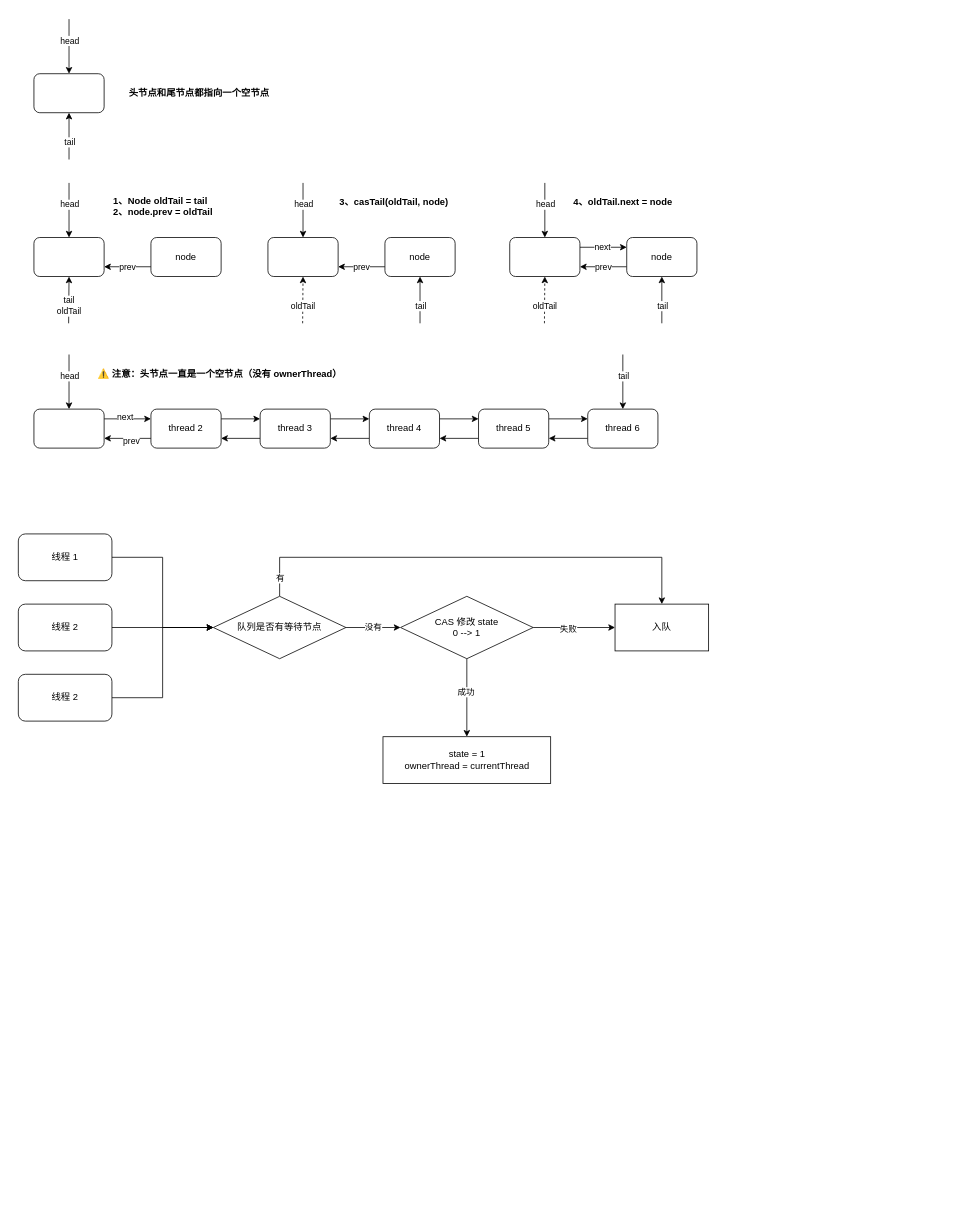
thebesteric/draw.io keeps this draw.io diagram as juc/ReentrantLock.drawio. Above is the earlier version. Source tidied: cells renumbered, new cells numbered last; positions are measured from the earlier drawing's top-left corner, leaving out a move shared by most shapes. Both pictures are drawn from the tidied source at 78%, with x=0, y=0 at pixel (18, 19).
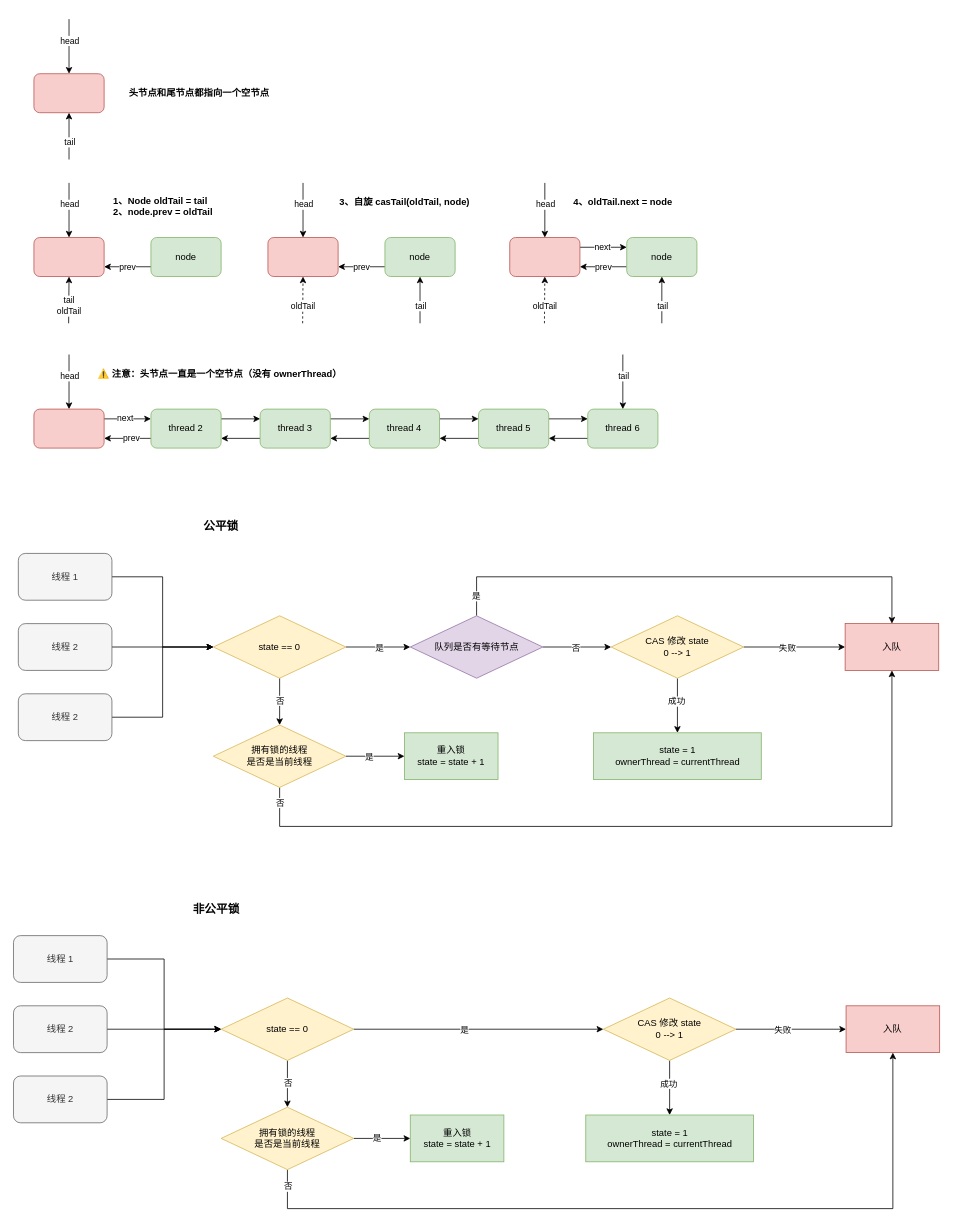
After the change.

The change refers to these unchanged cells:
```xml
<mxCell id="19" style="edgeStyle=orthogonalEdgeStyle;rounded=0;jettySize=auto;html=1;exitX=1;exitY=0.25;exitDx=0;exitDy=0;entryX=0;entryY=0.25;entryDx=0;entryDy=0;" parent="1" edge="1" source="21" target="28">
  <mxGeometry relative="1" as="geometry" />
</mxCell>
<mxCell id="25" style="edgeStyle=orthogonalEdgeStyle;rounded=0;jettySize=auto;html=1;exitX=0;exitY=0.75;exitDx=0;exitDy=0;entryX=1;entryY=0.75;entryDx=0;entryDy=0;" parent="1" edge="1" source="28" target="21">
  <mxGeometry relative="1" as="geometry" />
</mxCell>
```

What changed in the source:
```diff
@@
-    <mxCell id="2" style="edgeStyle=orthogonalEdgeStyle;rounded=0;jettySize=auto;html=1;exitX=1;exitY=0.5;exitDx=0;exitDy=0;entryX=0;entryY=0.5;entryDx=0;entryDy=0;" parent="1" edge="1" source="3" target="11">
-      <mxGeometry relative="1" as="geometry" />
-    </mxCell>
+    <mxCell id="78" style="edgeStyle=orthogonalEdgeStyle;rounded=0;jettySize=auto;html=1;exitX=1;exitY=0.5;exitDx=0;exitDy=0;entryX=0;entryY=0.5;entryDx=0;entryDy=0;" parent="1" edge="1" source="3" target="87">
+      <mxGeometry relative="1" as="geometry" />
+    </mxCell>
-    <mxCell id="3" value="线程 1" style="rounded=1;whiteSpace=wrap;html=1;" parent="1" vertex="1">
-      <mxGeometry y="660" width="120" height="60" as="geometry" />
+    <mxCell id="3" value="线程 1" style="rounded=1;whiteSpace=wrap;html=1;fillColor=#f5f5f5;fontColor=#333333;strokeColor=#666666;" parent="1" vertex="1">
+      <mxGeometry y="685" width="120" height="60" as="geometry" />
     </mxCell>
-    <mxCell id="4" style="edgeStyle=orthogonalEdgeStyle;rounded=0;jettySize=auto;html=1;exitX=1;exitY=0.5;exitDx=0;exitDy=0;" parent="1" edge="1" source="5">
-      <mxGeometry relative="1" as="geometry">
-        <mxPoint x="250" y="780" as="targetPoint" />
-      </mxGeometry>
-    </mxCell>
+    <mxCell id="79" style="edgeStyle=orthogonalEdgeStyle;rounded=0;jettySize=auto;html=1;exitX=1;exitY=0.5;exitDx=0;exitDy=0;entryX=0;entryY=0.5;entryDx=0;entryDy=0;" parent="1" edge="1" source="5" target="87">
+      <mxGeometry relative="1" as="geometry" />
+    </mxCell>
-    <mxCell id="5" value="线程 2" style="rounded=1;whiteSpace=wrap;html=1;" parent="1" vertex="1">
-      <mxGeometry y="750" width="120" height="60" as="geometry" />
+    <mxCell id="5" value="线程 2" style="rounded=1;whiteSpace=wrap;html=1;fillColor=#f5f5f5;fontColor=#333333;strokeColor=#666666;" parent="1" vertex="1">
+      <mxGeometry y="775" width="120" height="60" as="geometry" />
     </mxCell>
-    <mxCell id="6" style="edgeStyle=orthogonalEdgeStyle;rounded=0;jettySize=auto;html=1;exitX=1;exitY=0.5;exitDx=0;exitDy=0;entryX=0;entryY=0.5;entryDx=0;entryDy=0;" parent="1" edge="1" source="7" target="11">
-      <mxGeometry relative="1" as="geometry" />
-    </mxCell>
+    <mxCell id="80" style="edgeStyle=orthogonalEdgeStyle;rounded=0;jettySize=auto;html=1;exitX=1;exitY=0.5;exitDx=0;exitDy=0;entryX=0;entryY=0.5;entryDx=0;entryDy=0;" parent="1" edge="1" source="7" target="87">
+      <mxGeometry relative="1" as="geometry" />
+    </mxCell>
-    <mxCell id="7" value="线程 2" style="rounded=1;whiteSpace=wrap;html=1;" parent="1" vertex="1">
-      <mxGeometry y="840" width="120" height="60" as="geometry" />
+    <mxCell id="7" value="线程 2" style="rounded=1;whiteSpace=wrap;html=1;fillColor=#f5f5f5;fontColor=#333333;strokeColor=#666666;" parent="1" vertex="1">
+      <mxGeometry y="865" width="120" height="60" as="geometry" />
     </mxCell>
-    <mxCell id="8" value="没有" style="edgeStyle=orthogonalEdgeStyle;rounded=0;jettySize=auto;html=1;exitX=1;exitY=0.5;exitDx=0;exitDy=0;" parent="1" edge="1" source="11" target="16">
+    <mxCell id="8" style="edgeStyle=orthogonalEdgeStyle;rounded=0;jettySize=auto;html=1;exitX=1;exitY=0.5;exitDx=0;exitDy=0;entryX=0;entryY=0.5;entryDx=0;entryDy=0;" parent="1" edge="1" source="11" target="16">
       <mxGeometry relative="1" as="geometry" />
     </mxCell>
+    <mxCell id="81" value="否" style="edgeLabel;html=1;align=center;verticalAlign=middle;" parent="8" vertex="1">
+      <mxGeometry x="-0.03" relative="1" as="geometry" />
+    </mxCell>
     <mxCell id="9" style="edgeStyle=orthogonalEdgeStyle;rounded=0;jettySize=auto;html=1;exitX=0.5;exitY=0;exitDx=0;exitDy=0;entryX=0.5;entryY=0;entryDx=0;entryDy=0;" parent="1" edge="1" source="11" target="18">
       <mxGeometry relative="1" as="geometry">
         <Array as="points">
-          <mxPoint x="335" y="690" />
-          <mxPoint x="825" y="690" />
+          <mxPoint x="588" y="715" />
+          <mxPoint x="1120" y="715" />
         </Array>
       </mxGeometry>
     </mxCell>
-    <mxCell id="10" value="有" style="edgeLabel;html=1;align=center;verticalAlign=middle;" parent="9" vertex="1">
-      <mxGeometry x="-0.92" relative="1" as="geometry" />
-    </mxCell>
+    <mxCell id="82" value="是" style="edgeLabel;html=1;align=center;verticalAlign=middle;" parent="9" vertex="1">
+      <mxGeometry x="-0.92" y="1" relative="1" as="geometry" />
+    </mxCell>
-    <mxCell id="11" value="队列是否有等待节点" style="rhombus;whiteSpace=wrap;html=1;" parent="1" vertex="1">
-      <mxGeometry x="250" y="740" width="170" height="80" as="geometry" />
+    <mxCell id="11" value="队列是否有等待节点" style="rhombus;whiteSpace=wrap;html=1;fillColor=#e1d5e7;strokeColor=#9673a6;" parent="1" vertex="1">
+      <mxGeometry x="502.5" y="765" width="170" height="80" as="geometry" />
     </mxCell>
@@
-    <mxCell id="16" value="CAS 修改 state&lt;br&gt;0 --&amp;gt; 1" style="rhombus;whiteSpace=wrap;html=1;" parent="1" vertex="1">
-      <mxGeometry x="490" y="740" width="170" height="80" as="geometry" />
+    <mxCell id="16" value="CAS 修改 state&lt;br&gt;0 --&amp;gt; 1" style="rhombus;whiteSpace=wrap;html=1;fillColor=#fff2cc;strokeColor=#d6b656;" parent="1" vertex="1">
+      <mxGeometry x="760" y="765" width="170" height="80" as="geometry" />
     </mxCell>
-    <mxCell id="17" value="state = 1&lt;br&gt;ownerThread = currentThread" style="whiteSpace=wrap;html=1;" parent="1" vertex="1">
-      <mxGeometry x="467.5" y="920" width="215" height="60" as="geometry" />
+    <mxCell id="17" value="state = 1&lt;br&gt;ownerThread = currentThread" style="whiteSpace=wrap;html=1;fillColor=#d5e8d4;strokeColor=#82b366;" parent="1" vertex="1">
+      <mxGeometry x="737.5" y="915" width="215" height="60" as="geometry" />
     </mxCell>
-    <mxCell id="18" value="入队" style="whiteSpace=wrap;html=1;" parent="1" vertex="1">
-      <mxGeometry x="765" y="750" width="120" height="60" as="geometry" />
+    <mxCell id="18" value="入队" style="whiteSpace=wrap;html=1;fillColor=#f8cecc;strokeColor=#b85450;" parent="1" vertex="1">
+      <mxGeometry x="1060" y="775" width="120" height="60" as="geometry" />
     </mxCell>
@@
     <mxCell id="20" value="next" style="edgeLabel;html=1;align=center;verticalAlign=middle;" parent="19" vertex="1">
       <mxGeometry x="-0.15" y="4" relative="1" as="geometry">
-        <mxPoint y="1" as="offset" />
+        <mxPoint y="3" as="offset" />
       </mxGeometry>
     </mxCell>
-    <mxCell id="21" style="rounded=1;whiteSpace=wrap;html=1;" parent="1" vertex="1">
+    <mxCell id="21" style="rounded=1;whiteSpace=wrap;html=1;fillColor=#f8cecc;strokeColor=#b85450;" parent="1" vertex="1">
       <mxGeometry x="20" y="500" width="90" height="50" as="geometry" />
     </mxCell>
@@
-    <mxCell id="24" value="thread 3" style="rounded=1;whiteSpace=wrap;html=1;" parent="1" vertex="1">
+    <mxCell id="24" value="thread 3" style="rounded=1;whiteSpace=wrap;html=1;fillColor=#d5e8d4;strokeColor=#82b366;" parent="1" vertex="1">
       <mxGeometry x="310" y="500" width="90" height="50" as="geometry" />
     </mxCell>
@@
     <mxCell id="26" value="prev" style="edgeLabel;html=1;align=center;verticalAlign=middle;" parent="25" vertex="1">
-      <mxGeometry x="-0.15" y="3" relative="1" as="geometry" />
+      <mxGeometry x="-0.15" y="3" relative="1" as="geometry">
+        <mxPoint y="-3" as="offset" />
+      </mxGeometry>
     </mxCell>
@@
-    <mxCell id="28" value="thread 2" style="rounded=1;whiteSpace=wrap;html=1;" parent="1" vertex="1">
+    <mxCell id="28" value="thread 2" style="rounded=1;whiteSpace=wrap;html=1;fillColor=#d5e8d4;strokeColor=#82b366;" parent="1" vertex="1">
       <mxGeometry x="170" y="500" width="90" height="50" as="geometry" />
     </mxCell>
@@
-    <mxCell id="31" value="thread 4" style="rounded=1;whiteSpace=wrap;html=1;" parent="1" vertex="1">
+    <mxCell id="31" value="thread 4" style="rounded=1;whiteSpace=wrap;html=1;fillColor=#d5e8d4;strokeColor=#82b366;" parent="1" vertex="1">
       <mxGeometry x="450" y="500" width="90" height="50" as="geometry" />
     </mxCell>
@@
-    <mxCell id="33" value="thread 6" style="rounded=1;whiteSpace=wrap;html=1;" parent="1" vertex="1">
+    <mxCell id="33" value="thread 6" style="rounded=1;whiteSpace=wrap;html=1;fillColor=#d5e8d4;strokeColor=#82b366;" parent="1" vertex="1">
       <mxGeometry x="730" y="500" width="90" height="50" as="geometry" />
     </mxCell>
@@
-    <mxCell id="36" value="thread 5" style="rounded=1;whiteSpace=wrap;html=1;" parent="1" vertex="1">
+    <mxCell id="36" value="thread 5" style="rounded=1;whiteSpace=wrap;html=1;fillColor=#d5e8d4;strokeColor=#82b366;" parent="1" vertex="1">
       <mxGeometry x="590" y="500" width="90" height="50" as="geometry" />
     </mxCell>
@@
-    <mxCell id="41" style="rounded=1;whiteSpace=wrap;html=1;" parent="1" vertex="1">
+    <mxCell id="41" style="rounded=1;whiteSpace=wrap;html=1;fillColor=#f8cecc;strokeColor=#b85450;" parent="1" vertex="1">
       <mxGeometry x="20" y="70" width="90" height="50" as="geometry" />
     </mxCell>
@@
-    <mxCell id="46" style="rounded=1;whiteSpace=wrap;html=1;" parent="1" vertex="1">
+    <mxCell id="46" style="rounded=1;whiteSpace=wrap;html=1;fillColor=#f8cecc;strokeColor=#b85450;" parent="1" vertex="1">
       <mxGeometry x="20" y="280" width="90" height="50" as="geometry" />
     </mxCell>
@@
-    <mxCell id="50" value="node" style="rounded=1;whiteSpace=wrap;html=1;" parent="1" vertex="1">
+    <mxCell id="50" value="node" style="rounded=1;whiteSpace=wrap;html=1;fillColor=#d5e8d4;strokeColor=#82b366;" parent="1" vertex="1">
       <mxGeometry x="170" y="280" width="90" height="50" as="geometry" />
     </mxCell>
@@
-    <mxCell id="54" style="rounded=1;whiteSpace=wrap;html=1;" parent="1" vertex="1">
+    <mxCell id="54" style="rounded=1;whiteSpace=wrap;html=1;fillColor=#f8cecc;strokeColor=#b85450;" parent="1" vertex="1">
       <mxGeometry x="320" y="280" width="90" height="50" as="geometry" />
     </mxCell>
@@
-    <mxCell id="58" value="node" style="rounded=1;whiteSpace=wrap;html=1;" parent="1" vertex="1">
+    <mxCell id="58" value="node" style="rounded=1;whiteSpace=wrap;html=1;fillColor=#d5e8d4;strokeColor=#82b366;" parent="1" vertex="1">
       <mxGeometry x="470" y="280" width="90" height="50" as="geometry" />
     </mxCell>
@@
-    <mxCell id="61" value="3、casTail(oldTail, node)" style="text;html=1;strokeColor=none;fillColor=none;align=left;verticalAlign=middle;whiteSpace=wrap;rounded=0;fontStyle=1;" parent="1" vertex="1">
-      <mxGeometry x="410" y="220" width="160" height="30" as="geometry" />
+    <mxCell id="61" value="3、自旋 casTail(oldTail, node)" style="text;html=1;strokeColor=none;fillColor=none;align=left;verticalAlign=middle;whiteSpace=wrap;rounded=0;fontStyle=1;" parent="1" vertex="1">
+      <mxGeometry x="410" y="220" width="190" height="30" as="geometry" />
     </mxCell>
@@
-    <mxCell id="64" style="rounded=1;whiteSpace=wrap;html=1;" parent="1" vertex="1">
+    <mxCell id="64" style="rounded=1;whiteSpace=wrap;html=1;fillColor=#f8cecc;strokeColor=#b85450;" parent="1" vertex="1">
       <mxGeometry x="630" y="280" width="90" height="50" as="geometry" />
     </mxCell>
@@
-    <mxCell id="68" value="node" style="rounded=1;whiteSpace=wrap;html=1;" parent="1" vertex="1">
+    <mxCell id="68" value="node" style="rounded=1;whiteSpace=wrap;html=1;fillColor=#d5e8d4;strokeColor=#82b366;" parent="1" vertex="1">
       <mxGeometry x="780" y="280" width="90" height="50" as="geometry" />
     </mxCell>
@@
+    <mxCell id="83" style="edgeStyle=orthogonalEdgeStyle;rounded=0;jettySize=auto;html=1;exitX=1;exitY=0.5;exitDx=0;exitDy=0;entryX=0;entryY=0.5;entryDx=0;entryDy=0;" parent="1" edge="1" source="87" target="11">
+      <mxGeometry relative="1" as="geometry" />
+    </mxCell>
+    <mxCell id="84" value="是" style="edgeLabel;html=1;align=center;verticalAlign=middle;" parent="83" vertex="1">
+      <mxGeometry x="-0.17" y="-3" relative="1" as="geometry">
+        <mxPoint x="8" y="-3" as="offset" />
+      </mxGeometry>
+    </mxCell>
+    <mxCell id="85" style="edgeStyle=orthogonalEdgeStyle;rounded=0;jettySize=auto;html=1;" parent="1" edge="1" source="87" target="92">
+      <mxGeometry relative="1" as="geometry" />
+    </mxCell>
+    <mxCell id="86" value="否" style="edgeLabel;html=1;align=center;verticalAlign=middle;" parent="85" vertex="1">
+      <mxGeometry x="-0.08" relative="1" as="geometry" />
+    </mxCell>
+    <mxCell id="87" value="state == 0" style="rhombus;whiteSpace=wrap;html=1;fillColor=#fff2cc;strokeColor=#d6b656;" parent="1" vertex="1">
+      <mxGeometry x="250" y="765" width="170" height="80" as="geometry" />
+    </mxCell>
+    <mxCell id="88" style="edgeStyle=orthogonalEdgeStyle;rounded=0;jettySize=auto;html=1;exitX=0.5;exitY=1;exitDx=0;exitDy=0;entryX=0.5;entryY=1;entryDx=0;entryDy=0;" parent="1" edge="1" source="92" target="18">
+      <mxGeometry relative="1" as="geometry">
+        <Array as="points">
+          <mxPoint x="335" y="1035" />
+          <mxPoint x="1120" y="1035" />
+        </Array>
+      </mxGeometry>
+    </mxCell>
+    <mxCell id="89" value="否" style="edgeLabel;html=1;align=center;verticalAlign=middle;" parent="88" vertex="1">
+      <mxGeometry x="-0.94" relative="1" as="geometry">
+        <mxPoint y="-12" as="offset" />
+      </mxGeometry>
+    </mxCell>
+    <mxCell id="90" style="edgeStyle=orthogonalEdgeStyle;rounded=0;jettySize=auto;html=1;exitX=1;exitY=0.5;exitDx=0;exitDy=0;entryX=0;entryY=0.5;entryDx=0;entryDy=0;" parent="1" edge="1" source="92" target="93">
+      <mxGeometry relative="1" as="geometry" />
+    </mxCell>
+    <mxCell id="91" value="是" style="edgeLabel;html=1;align=center;verticalAlign=middle;" parent="90" vertex="1">
+      <mxGeometry x="-0.23" relative="1" as="geometry" />
+    </mxCell>
+    <mxCell id="92" value="拥有锁的线程&lt;br&gt;是否是当前线程" style="rhombus;whiteSpace=wrap;html=1;fillColor=#fff2cc;strokeColor=#d6b656;" parent="1" vertex="1">
+      <mxGeometry x="250" y="905" width="170" height="80" as="geometry" />
+    </mxCell>
+    <mxCell id="93" value="重入锁&lt;br&gt;state = state + 1" style="whiteSpace=wrap;html=1;fillColor=#d5e8d4;strokeColor=#82b366;shadow=0;" parent="1" vertex="1">
+      <mxGeometry x="495" y="915" width="120" height="60" as="geometry" />
+    </mxCell>
+    <mxCell id="94" value="公平锁" style="text;html=1;strokeColor=none;fillColor=none;align=center;verticalAlign=middle;whiteSpace=wrap;rounded=0;fontStyle=1;fontSize=15;" parent="1" vertex="1">
+      <mxGeometry x="220" y="635" width="80" height="30" as="geometry" />
+    </mxCell>
+    <mxCell id="95" style="edgeStyle=orthogonalEdgeStyle;rounded=0;jettySize=auto;html=1;exitX=1;exitY=0.5;exitDx=0;exitDy=0;entryX=0;entryY=0.5;entryDx=0;entryDy=0;" parent="1" edge="1" source="96" target="112">
+      <mxGeometry relative="1" as="geometry" />
+    </mxCell>
+    <mxCell id="96" value="线程 1" style="rounded=1;whiteSpace=wrap;html=1;fillColor=#f5f5f5;fontColor=#333333;strokeColor=#666666;" parent="1" vertex="1">
+      <mxGeometry x="-6.2" y="1175" width="120" height="60" as="geometry" />
+    </mxCell>
+    <mxCell id="97" style="edgeStyle=orthogonalEdgeStyle;rounded=0;jettySize=auto;html=1;exitX=1;exitY=0.5;exitDx=0;exitDy=0;entryX=0;entryY=0.5;entryDx=0;entryDy=0;" parent="1" edge="1" source="98" target="112">
+      <mxGeometry relative="1" as="geometry" />
+    </mxCell>
+    <mxCell id="98" value="线程 2" style="rounded=1;whiteSpace=wrap;html=1;fillColor=#f5f5f5;fontColor=#333333;strokeColor=#666666;" parent="1" vertex="1">
+      <mxGeometry x="-6.2" y="1265" width="120" height="60" as="geometry" />
+    </mxCell>
+    <mxCell id="99" style="edgeStyle=orthogonalEdgeStyle;rounded=0;jettySize=auto;html=1;exitX=1;exitY=0.5;exitDx=0;exitDy=0;entryX=0;entryY=0.5;entryDx=0;entryDy=0;" parent="1" edge="1" source="100" target="112">
+      <mxGeometry relative="1" as="geometry" />
+    </mxCell>
+    <mxCell id="100" value="线程 2" style="rounded=1;whiteSpace=wrap;html=1;fillColor=#f5f5f5;fontColor=#333333;strokeColor=#666666;" parent="1" vertex="1">
+      <mxGeometry x="-6.2" y="1355" width="120" height="60" as="geometry" />
+    </mxCell>
+    <mxCell id="101" style="edgeStyle=orthogonalEdgeStyle;rounded=0;jettySize=auto;html=1;" parent="1" edge="1" source="105" target="106">
+      <mxGeometry relative="1" as="geometry" />
+    </mxCell>
+    <mxCell id="102" value="成功" style="edgeLabel;html=1;align=center;verticalAlign=middle;" parent="101" vertex="1">
+      <mxGeometry x="-0.16" y="-2" relative="1" as="geometry" />
+    </mxCell>
+    <mxCell id="103" style="edgeStyle=orthogonalEdgeStyle;rounded=0;jettySize=auto;html=1;" parent="1" edge="1" source="105" target="107">
+      <mxGeometry relative="1" as="geometry" />
+    </mxCell>
+    <mxCell id="104" value="失败" style="edgeLabel;html=1;align=center;verticalAlign=middle;" parent="103" vertex="1">
+      <mxGeometry x="-0.16" y="-1" relative="1" as="geometry" />
+    </mxCell>
+    <mxCell id="105" value="CAS 修改 state&lt;br&gt;0 --&amp;gt; 1" style="rhombus;whiteSpace=wrap;html=1;fillColor=#fff2cc;strokeColor=#d6b656;" parent="1" vertex="1">
+      <mxGeometry x="750" y="1255" width="170" height="80" as="geometry" />
+    </mxCell>
+    <mxCell id="106" value="state = 1&lt;br&gt;ownerThread = currentThread" style="whiteSpace=wrap;html=1;fillColor=#d5e8d4;strokeColor=#82b366;" parent="1" vertex="1">
+      <mxGeometry x="727.5" y="1405" width="215" height="60" as="geometry" />
+    </mxCell>
+    <mxCell id="107" value="入队" style="whiteSpace=wrap;html=1;fillColor=#f8cecc;strokeColor=#b85450;" parent="1" vertex="1">
+      <mxGeometry x="1061.2" y="1265" width="120" height="60" as="geometry" />
+    </mxCell>
+    <mxCell id="108" style="edgeStyle=orthogonalEdgeStyle;rounded=0;jettySize=auto;html=1;exitX=1;exitY=0.5;exitDx=0;exitDy=0;" parent="1" edge="1" source="112" target="105">
+      <mxGeometry relative="1" as="geometry" />
+    </mxCell>
+    <mxCell id="109" value="是" style="edgeLabel;html=1;align=center;verticalAlign=middle;" parent="108" vertex="1">
+      <mxGeometry x="-0.17" y="-3" relative="1" as="geometry">
+        <mxPoint x="8" y="-3" as="offset" />
+      </mxGeometry>
+    </mxCell>
+    <mxCell id="110" style="edgeStyle=orthogonalEdgeStyle;rounded=0;jettySize=auto;html=1;" parent="1" edge="1" source="112" target="117">
+      <mxGeometry relative="1" as="geometry" />
+    </mxCell>
+    <mxCell id="111" value="否" style="edgeLabel;html=1;align=center;verticalAlign=middle;" parent="110" vertex="1">
+      <mxGeometry x="-0.08" relative="1" as="geometry" />
+    </mxCell>
+    <mxCell id="112" value="state == 0" style="rhombus;whiteSpace=wrap;html=1;fillColor=#fff2cc;strokeColor=#d6b656;" parent="1" vertex="1">
+      <mxGeometry x="260" y="1255" width="170" height="80" as="geometry" />
+    </mxCell>
+    <mxCell id="113" style="edgeStyle=orthogonalEdgeStyle;rounded=0;jettySize=auto;html=1;" parent="1" edge="1" source="117" target="118">
+      <mxGeometry relative="1" as="geometry" />
+    </mxCell>
+    <mxCell id="114" value="是" style="edgeLabel;html=1;align=center;verticalAlign=middle;" parent="113" vertex="1">
+      <mxGeometry x="-0.2" y="1" relative="1" as="geometry" />
+    </mxCell>
+    <mxCell id="115" style="edgeStyle=orthogonalEdgeStyle;rounded=0;jettySize=auto;html=1;entryX=0.5;entryY=1;entryDx=0;entryDy=0;" parent="1" edge="1" source="117" target="107">
+      <mxGeometry relative="1" as="geometry">
+        <Array as="points">
+          <mxPoint x="345" y="1525" />
+          <mxPoint x="1121" y="1525" />
+        </Array>
+      </mxGeometry>
+    </mxCell>
+    <mxCell id="116" value="否" style="edgeLabel;html=1;align=center;verticalAlign=middle;" parent="115" vertex="1">
+      <mxGeometry x="-0.96" y="1" relative="1" as="geometry">
+        <mxPoint x="-1" as="offset" />
+      </mxGeometry>
+    </mxCell>
+    <mxCell id="117" value="拥有锁的线程&lt;br&gt;是否是当前线程" style="rhombus;whiteSpace=wrap;html=1;fillColor=#fff2cc;strokeColor=#d6b656;" parent="1" vertex="1">
+      <mxGeometry x="260" y="1395" width="170" height="80" as="geometry" />
+    </mxCell>
+    <mxCell id="118" value="重入锁&lt;br&gt;state = state + 1" style="whiteSpace=wrap;html=1;fillColor=#d5e8d4;strokeColor=#82b366;shadow=0;" parent="1" vertex="1">
+      <mxGeometry x="502.5" y="1405" width="120" height="60" as="geometry" />
+    </mxCell>
+    <mxCell id="119" value="非公平锁" style="text;html=1;strokeColor=none;fillColor=none;align=center;verticalAlign=middle;whiteSpace=wrap;rounded=0;fontStyle=1;fontSize=15;" parent="1" vertex="1">
+      <mxGeometry x="213.8" y="1125" width="80" height="30" as="geometry" />
+    </mxCell>
```
